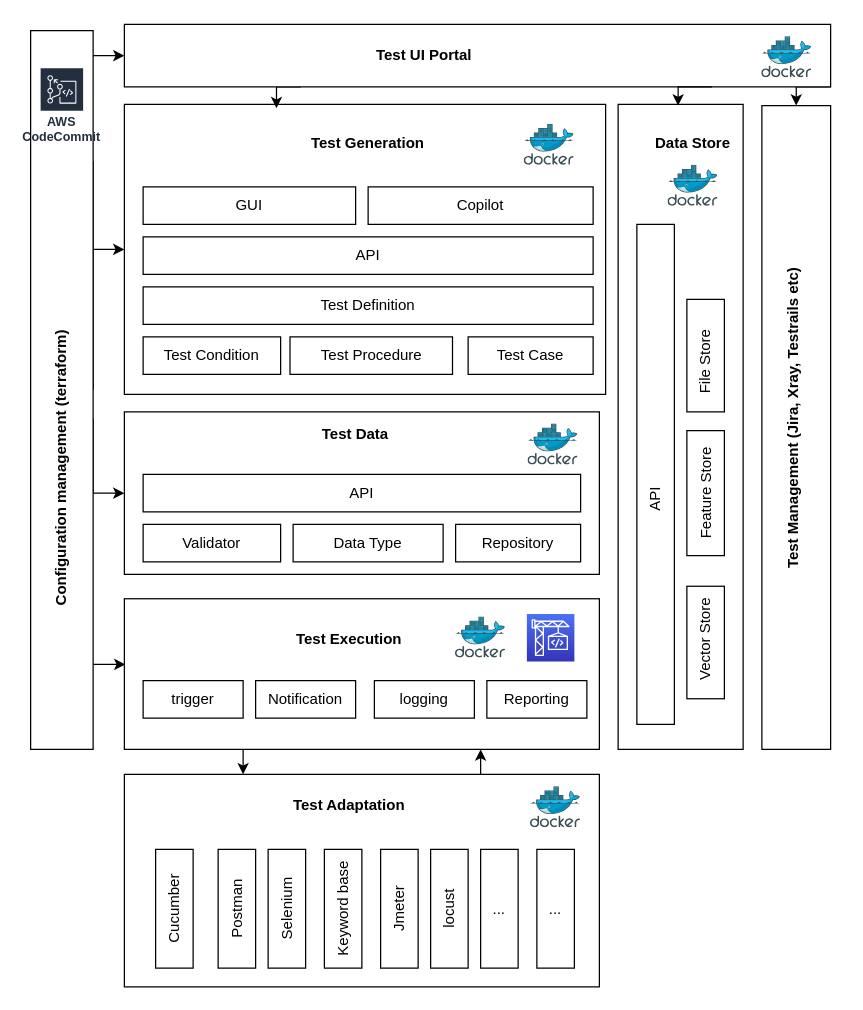
Earlier version of the draw.io diagram Untitled Diagram.drawio (maxlinux/lab). Source tidied: cells renumbered, new cells numbered last; positions are measured from the earlier drawing's top-left corner, leaving out a move shared by most shapes. Both pictures are drawn from the tidied source at 125%, with x=0, y=0 at pixel (-89, 24).
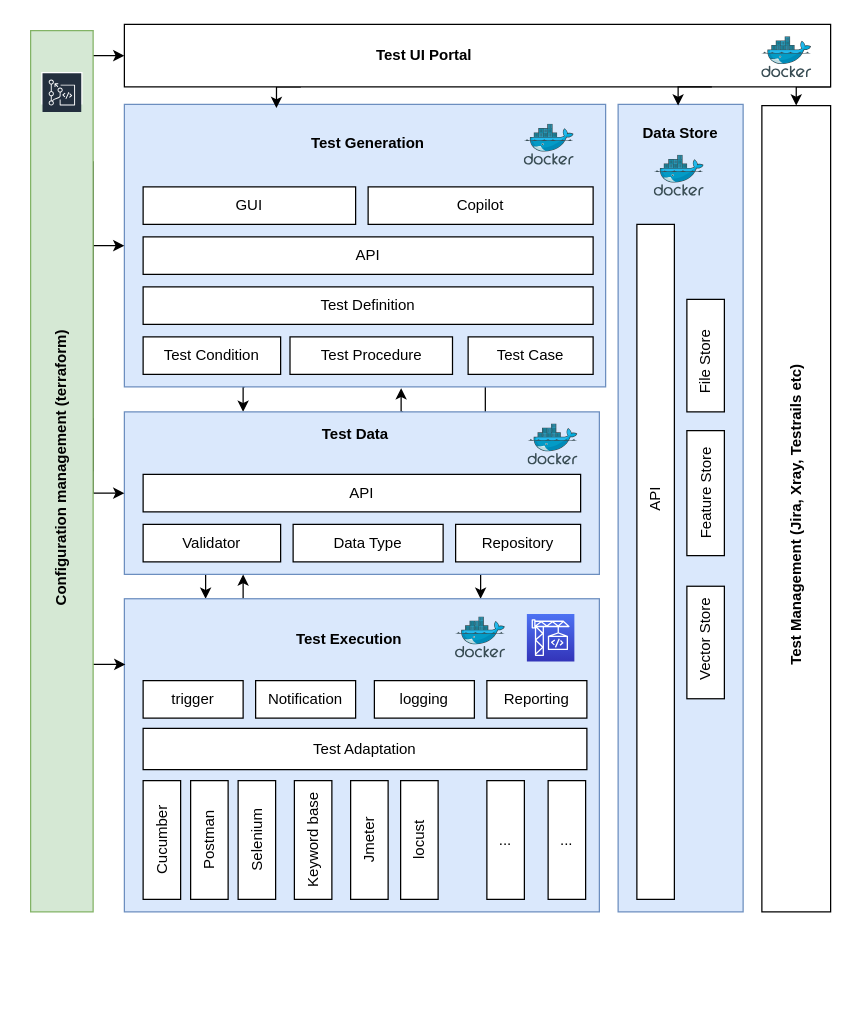
Above is the later version.

Diff of the diagram source:
```diff
@@
+    <mxCell id="72" style="edgeStyle=orthogonalEdgeStyle;rounded=0;jettySize=auto;html=1;exitX=0.75;exitY=1;exitDx=0;exitDy=0;entryX=0.75;entryY=0;entryDx=0;entryDy=0;" parent="1" edge="1" source="2" target="17">
+      <mxGeometry relative="1" as="geometry" />
+    </mxCell>
+    <mxCell id="73" style="edgeStyle=orthogonalEdgeStyle;rounded=0;jettySize=auto;html=1;exitX=0.25;exitY=1;exitDx=0;exitDy=0;entryX=0.25;entryY=0;entryDx=0;entryDy=0;" parent="1" edge="1" source="2" target="11">
+      <mxGeometry relative="1" as="geometry" />
+    </mxCell>
-    <mxCell id="2" style="rounded=0;whiteSpace=wrap;html=1;" parent="1" vertex="1">
-      <mxGeometry x="170" y="64" width="385" height="232" as="geometry" />
+    <mxCell id="2" style="rounded=0;whiteSpace=wrap;html=1;fillColor=#dae8fc;strokeColor=#6c8ebf;" parent="1" vertex="1">
+      <mxGeometry x="170" y="64" width="385" height="226" as="geometry" />
     </mxCell>
@@
-    <mxCell id="7" style="rounded=0;whiteSpace=wrap;html=1;" parent="1" vertex="1">
-      <mxGeometry x="565" y="64" width="100" height="516" as="geometry" />
+    <mxCell id="7" style="rounded=0;whiteSpace=wrap;html=1;fillColor=#dae8fc;strokeColor=#6c8ebf;" parent="1" vertex="1">
+      <mxGeometry x="565" y="64" width="100" height="646" as="geometry" />
     </mxCell>
@@
+    <mxCell id="74" style="edgeStyle=orthogonalEdgeStyle;rounded=0;orthogonalLoop=1;jettySize=auto;html=1;exitX=0.5;exitY=1;exitDx=0;exitDy=0;entryX=0.5;entryY=0;entryDx=0;entryDy=0;" parent="1" edge="1">
+      <mxGeometry relative="1" as="geometry">
+        <mxPoint x="235" y="440" as="sourcePoint" />
+        <mxPoint x="235" y="459.5" as="targetPoint" />
+      </mxGeometry>
+    </mxCell>
+    <mxCell id="75" style="edgeStyle=orthogonalEdgeStyle;rounded=0;orthogonalLoop=1;jettySize=auto;html=1;exitX=0.75;exitY=0;exitDx=0;exitDy=0;entryX=0.736;entryY=1.005;entryDx=0;entryDy=0;entryPerimeter=0;" parent="1" edge="1">
+      <mxGeometry relative="1" as="geometry">
+        <mxPoint x="393" y="310" as="sourcePoint" />
+        <mxPoint x="391.4" y="291.1" as="targetPoint" />
+      </mxGeometry>
+    </mxCell>
-    <mxCell id="11" style="rounded=0;whiteSpace=wrap;html=1;" parent="1" vertex="1">
+    <mxCell id="11" style="rounded=0;whiteSpace=wrap;html=1;fillColor=#dae8fc;strokeColor=#6c8ebf;" parent="1" vertex="1">
       <mxGeometry x="170" y="310" width="380" height="130" as="geometry" />
     </mxCell>
@@
-    <mxCell id="16" style="edgeStyle=orthogonalEdgeStyle;rounded=0;jettySize=auto;html=1;exitX=0.25;exitY=1;exitDx=0;exitDy=0;entryX=0.25;entryY=0;entryDx=0;entryDy=0;" parent="1" edge="1" source="17" target="29">
-      <mxGeometry relative="1" as="geometry" />
-    </mxCell>
+    <mxCell id="76" style="edgeStyle=orthogonalEdgeStyle;rounded=0;jettySize=auto;html=1;exitX=0.25;exitY=0;exitDx=0;exitDy=0;entryX=0.25;entryY=1;entryDx=0;entryDy=0;" parent="1" edge="1" source="17" target="11">
+      <mxGeometry relative="1" as="geometry" />
+    </mxCell>
-    <mxCell id="17" style="rounded=0;whiteSpace=wrap;html=1;" parent="1" vertex="1">
-      <mxGeometry x="170" y="459.5" width="380" height="120.5" as="geometry" />
+    <mxCell id="17" style="rounded=0;whiteSpace=wrap;html=1;fillColor=#dae8fc;strokeColor=#6c8ebf;" parent="1" vertex="1">
+      <mxGeometry x="170" y="459.5" width="380" height="250.5" as="geometry" />
     </mxCell>
@@
     <mxCell id="19" value="Data Store" style="text;html=1;strokeColor=none;fillColor=none;align=center;verticalAlign=middle;whiteSpace=wrap;rounded=0;fontStyle=1;" parent="1" vertex="1">
-      <mxGeometry x="565" y="80" width="120" height="30" as="geometry" />
+      <mxGeometry x="555" y="72" width="120" height="30" as="geometry" />
     </mxCell>
     <mxCell id="20" style="rounded=0;whiteSpace=wrap;html=1;" parent="1" vertex="1">
-      <mxGeometry x="580" y="160" width="30" height="400" as="geometry" />
+      <mxGeometry x="580" y="160" width="30" height="540" as="geometry" />
     </mxCell>
@@
-    <mxCell id="28" style="edgeStyle=orthogonalEdgeStyle;rounded=0;jettySize=auto;html=1;exitX=0.75;exitY=0;exitDx=0;exitDy=0;entryX=0.75;entryY=1;entryDx=0;entryDy=0;" parent="1" edge="1" source="29" target="17">
-      <mxGeometry relative="1" as="geometry" />
-    </mxCell>
-    <mxCell id="29" style="rounded=0;whiteSpace=wrap;html=1;" parent="1" vertex="1">
-      <mxGeometry x="170" y="600" width="380" height="170" as="geometry" />
-    </mxCell>
-    <mxCell id="30" value="Test Adaptation" style="text;html=1;strokeColor=none;fillColor=none;align=center;verticalAlign=middle;whiteSpace=wrap;rounded=0;fontStyle=1;" parent="1" vertex="1">
-      <mxGeometry x="290" y="610" width="120" height="30" as="geometry" />
-    </mxCell>
-    <mxCell id="31" style="rounded=0;whiteSpace=wrap;html=1;" parent="1" vertex="1">
-      <mxGeometry x="245" y="660" width="30" height="95" as="geometry" />
-    </mxCell>
-    <mxCell id="32" style="rounded=0;whiteSpace=wrap;html=1;" parent="1" vertex="1">
-      <mxGeometry x="285" y="660" width="30" height="95" as="geometry" />
-    </mxCell>
-    <mxCell id="33" style="rounded=0;whiteSpace=wrap;html=1;" parent="1" vertex="1">
-      <mxGeometry x="330" y="660" width="30" height="95" as="geometry" />
-    </mxCell>
-    <mxCell id="34" style="rounded=0;whiteSpace=wrap;html=1;" parent="1" vertex="1">
-      <mxGeometry x="375" y="660" width="30" height="95" as="geometry" />
-    </mxCell>
-    <mxCell id="35" style="rounded=0;whiteSpace=wrap;html=1;" parent="1" vertex="1">
-      <mxGeometry x="415" y="660" width="30" height="95" as="geometry" />
-    </mxCell>
-    <mxCell id="36" value="..." style="rounded=0;whiteSpace=wrap;html=1;" parent="1" vertex="1">
-      <mxGeometry x="500" y="660" width="30" height="95" as="geometry" />
-    </mxCell>
-    <mxCell id="37" style="rounded=0;whiteSpace=wrap;html=1;" parent="1" vertex="1">
-      <mxGeometry x="195" y="660" width="30" height="95" as="geometry" />
-    </mxCell>
-    <mxCell id="38" value="Cucumber" style="text;html=1;strokeColor=none;fillColor=none;align=center;verticalAlign=middle;whiteSpace=wrap;rounded=0;rotation=270;" parent="1" vertex="1">
-      <mxGeometry x="170" y="692.5" width="80" height="30" as="geometry" />
-    </mxCell>
-    <mxCell id="39" value="Postman" style="text;html=1;strokeColor=none;fillColor=none;align=center;verticalAlign=middle;whiteSpace=wrap;rounded=0;rotation=270;" parent="1" vertex="1">
-      <mxGeometry x="220" y="692.5" width="80" height="30" as="geometry" />
-    </mxCell>
-    <mxCell id="40" value="&lt;div&gt;Selenium&lt;/div&gt;" style="text;html=1;strokeColor=none;fillColor=none;align=center;verticalAlign=middle;whiteSpace=wrap;rounded=0;rotation=270;" parent="1" vertex="1">
-      <mxGeometry x="260" y="692.5" width="80" height="30" as="geometry" />
-    </mxCell>
-    <mxCell id="41" value="Keyword base" style="text;html=1;strokeColor=none;fillColor=none;align=center;verticalAlign=middle;whiteSpace=wrap;rounded=0;rotation=270;" parent="1" vertex="1">
-      <mxGeometry x="305" y="692.5" width="80" height="30" as="geometry" />
-    </mxCell>
-    <mxCell id="42" value="Jmeter" style="text;html=1;strokeColor=none;fillColor=none;align=center;verticalAlign=middle;whiteSpace=wrap;rounded=0;rotation=270;" parent="1" vertex="1">
-      <mxGeometry x="350" y="692.5" width="80" height="30" as="geometry" />
-    </mxCell>
-    <mxCell id="43" value="locust" style="text;html=1;strokeColor=none;fillColor=none;align=center;verticalAlign=middle;whiteSpace=wrap;rounded=0;rotation=270;" parent="1" vertex="1">
-      <mxGeometry x="390" y="692.5" width="80" height="30" as="geometry" />
-    </mxCell>
@@
-    <mxCell id="47" value="..." style="rounded=0;whiteSpace=wrap;html=1;" parent="1" vertex="1">
-      <mxGeometry x="455" y="660" width="30" height="95" as="geometry" />
-    </mxCell>
@@
-    <mxCell id="58" style="rounded=0;whiteSpace=wrap;html=1;" parent="1" vertex="1">
-      <mxGeometry x="95" y="5" width="50" height="575" as="geometry" />
+    <mxCell id="58" style="rounded=0;whiteSpace=wrap;html=1;fillColor=#d5e8d4;strokeColor=#82b366;" parent="1" vertex="1">
+      <mxGeometry x="95" y="5" width="50" height="705" as="geometry" />
     </mxCell>
@@
     <mxCell id="60" style="rounded=0;whiteSpace=wrap;html=1;" parent="1" vertex="1">
-      <mxGeometry x="680" y="65" width="55" height="515" as="geometry" />
+      <mxGeometry x="680" y="65" width="55" height="645" as="geometry" />
     </mxCell>
     <mxCell id="61" value="&lt;b&gt;Test Management (Jira, Xray, Testrails etc)&lt;/b&gt;" style="text;html=1;strokeColor=none;fillColor=none;align=center;verticalAlign=middle;whiteSpace=wrap;rounded=0;rotation=270;" parent="1" vertex="1">
-      <mxGeometry x="555" y="300" width="301.2" height="30" as="geometry" />
+      <mxGeometry x="556.9" y="377.5" width="301.2" height="30" as="geometry" />
     </mxCell>
@@
-    <mxCell id="65" value="AWS CodeCommit" style="sketch=0;fontColor=#232F3E;gradientColor=none;strokeColor=#ffffff;fillColor=#232F3E;dashed=0;verticalLabelPosition=middle;verticalAlign=bottom;align=center;html=1;whiteSpace=wrap;fontSize=10;fontStyle=1;spacing=3;shape=mxgraph.aws4.productIcon;prIcon=mxgraph.aws4.codecommit;" parent="1" vertex="1">
-      <mxGeometry x="102" y="34" width="36" height="66" as="geometry" />
+    <mxCell id="65" style="sketch=0;fontColor=#232F3E;gradientColor=none;strokeColor=#ffffff;fillColor=#232F3E;dashed=0;verticalLabelPosition=middle;verticalAlign=bottom;align=center;html=1;whiteSpace=wrap;fontSize=10;fontStyle=1;spacing=3;shape=mxgraph.aws4.productIcon;prIcon=mxgraph.aws4.codecommit;" parent="1" vertex="1">
+      <mxGeometry x="103.5" y="38" width="33" height="26" as="geometry" />
     </mxCell>
     <mxCell id="66" style="image;sketch=0;html=1;align=center;fontSize=12;image=img/lib/mscae/Docker.svg;" parent="1" vertex="1">
-      <mxGeometry x="605" y="112.8" width="40" height="32.8" as="geometry" />
+      <mxGeometry x="594" y="104.8" width="40" height="32.8" as="geometry" />
     </mxCell>
@@
-    <mxCell id="70" style="image;sketch=0;html=1;align=center;fontSize=12;image=img/lib/mscae/Docker.svg;" parent="1" vertex="1">
-      <mxGeometry x="495" y="610" width="40" height="32.8" as="geometry" />
-    </mxCell>
@@
+    <mxCell id="30" value="Test Adaptation" style="rounded=0;whiteSpace=wrap;html=1;" parent="1" vertex="1">
+      <mxGeometry x="185" y="563.2" width="355" height="33" as="geometry" />
+    </mxCell>
+    <mxCell id="77" style="rounded=0;whiteSpace=wrap;html=1;" parent="1" vertex="1">
+      <mxGeometry x="223" y="605" width="30" height="95" as="geometry" />
+    </mxCell>
+    <mxCell id="78" style="rounded=0;whiteSpace=wrap;html=1;" parent="1" vertex="1">
+      <mxGeometry x="261" y="605" width="30" height="95" as="geometry" />
+    </mxCell>
+    <mxCell id="79" style="rounded=0;whiteSpace=wrap;html=1;" parent="1" vertex="1">
+      <mxGeometry x="306" y="605" width="30" height="95" as="geometry" />
+    </mxCell>
+    <mxCell id="80" style="rounded=0;whiteSpace=wrap;html=1;" parent="1" vertex="1">
+      <mxGeometry x="351" y="605" width="30" height="95" as="geometry" />
+    </mxCell>
+    <mxCell id="81" style="rounded=0;whiteSpace=wrap;html=1;" parent="1" vertex="1">
+      <mxGeometry x="391" y="605" width="30" height="95" as="geometry" />
+    </mxCell>
+    <mxCell id="82" value="..." style="rounded=0;whiteSpace=wrap;html=1;" parent="1" vertex="1">
+      <mxGeometry x="509" y="605" width="30" height="95" as="geometry" />
+    </mxCell>
+    <mxCell id="83" style="rounded=0;whiteSpace=wrap;html=1;" parent="1" vertex="1">
+      <mxGeometry x="185" y="605" width="30" height="95" as="geometry" />
+    </mxCell>
+    <mxCell id="38" value="Cucumber" style="text;html=1;strokeColor=none;fillColor=none;align=center;verticalAlign=middle;whiteSpace=wrap;rounded=0;rotation=270;" parent="1" vertex="1">
+      <mxGeometry x="160" y="637.5" width="80" height="30" as="geometry" />
+    </mxCell>
+    <mxCell id="39" value="Postman" style="text;html=1;strokeColor=none;fillColor=none;align=center;verticalAlign=middle;whiteSpace=wrap;rounded=0;rotation=270;" parent="1" vertex="1">
+      <mxGeometry x="198" y="637.5" width="80" height="30" as="geometry" />
+    </mxCell>
+    <mxCell id="40" value="&lt;div&gt;Selenium&lt;/div&gt;" style="text;html=1;strokeColor=none;fillColor=none;align=center;verticalAlign=middle;whiteSpace=wrap;rounded=0;rotation=270;" parent="1" vertex="1">
+      <mxGeometry x="236" y="637.5" width="80" height="30" as="geometry" />
+    </mxCell>
+    <mxCell id="41" value="Keyword base" style="text;html=1;strokeColor=none;fillColor=none;align=center;verticalAlign=middle;whiteSpace=wrap;rounded=0;rotation=270;" parent="1" vertex="1">
+      <mxGeometry x="281" y="637.5" width="80" height="30" as="geometry" />
+    </mxCell>
+    <mxCell id="42" value="Jmeter" style="text;html=1;strokeColor=none;fillColor=none;align=center;verticalAlign=middle;whiteSpace=wrap;rounded=0;rotation=270;" parent="1" vertex="1">
+      <mxGeometry x="326" y="637.5" width="80" height="30" as="geometry" />
+    </mxCell>
+    <mxCell id="43" value="locust" style="text;html=1;strokeColor=none;fillColor=none;align=center;verticalAlign=middle;whiteSpace=wrap;rounded=0;rotation=270;" parent="1" vertex="1">
+      <mxGeometry x="366" y="637.5" width="80" height="30" as="geometry" />
+    </mxCell>
+    <mxCell id="84" value="..." style="rounded=0;whiteSpace=wrap;html=1;" parent="1" vertex="1">
+      <mxGeometry x="460" y="605" width="30" height="95" as="geometry" />
+    </mxCell>
```
